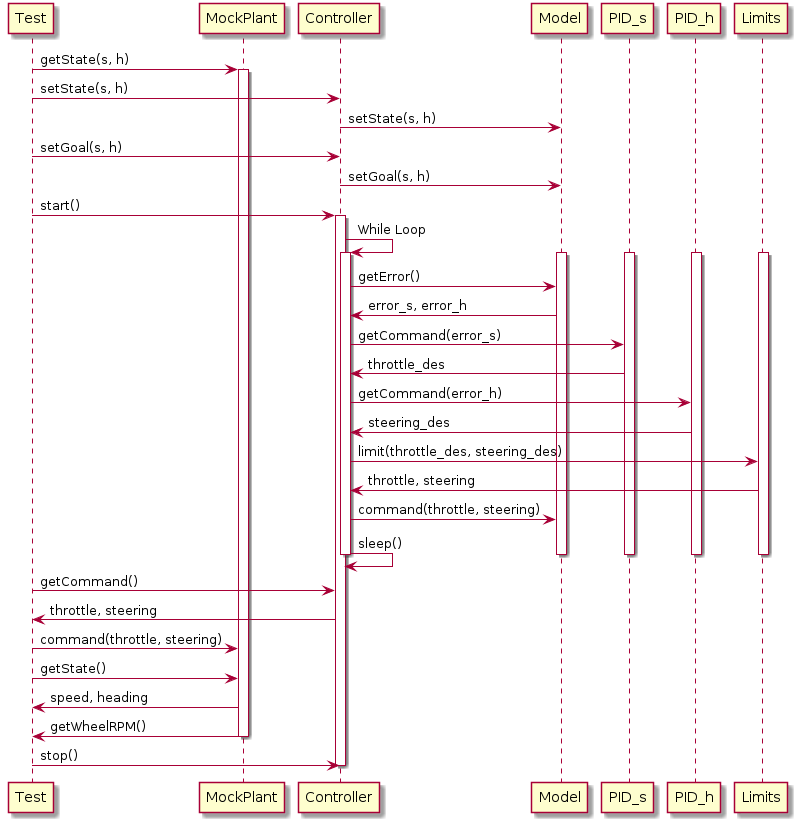
Above: docs/uml/activity_diagram.png in danielmohansahu/ackermann-controller (PlantUML), before the change.
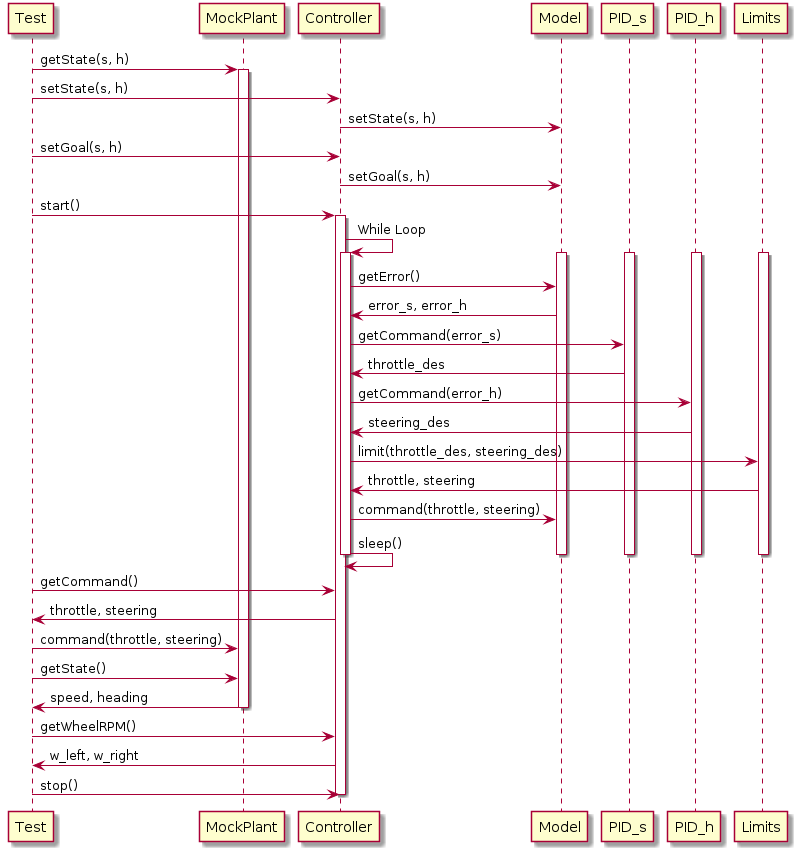
Later version of the same file.

Commit message:
[Task1.9] Updating README file and UML diagrams per class feedback and instructions.

[docs/uml/activity_diagram.txt] Updated activity diagram with correct placement for wheel speed getter function.

[docs/uml/activity_diagram.png] Regenerated image.

Diff of the diagram source:
```diff
@@ -46,8 +46,11 @@
 Test -> MockPlant: command(throttle, steering)
 Test -> MockPlant: getState()
 MockPlant -> Test: speed, heading
-MockPlant -> Test: getWheelRPM()
+
 deactivate MockPlant
+
+Test -> Controller: getWheelRPM()
+Controller -> Test: w_left, w_right
 
 Test -> Controller: stop()
 deactivate Controller
```
